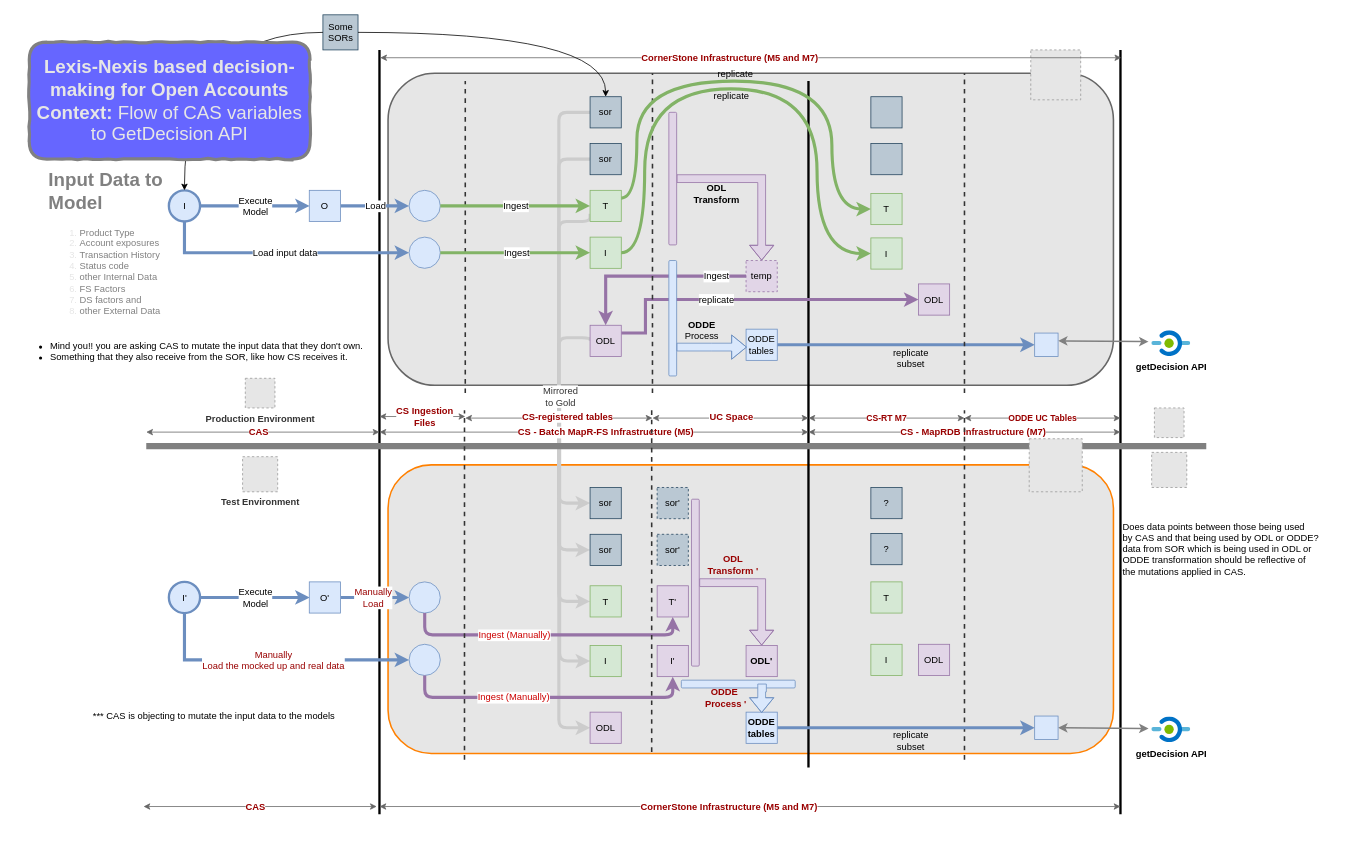
Earlier version of the draw.io diagram DataflowCS.drawio (gaurjain/drawio). Source tidied: cells renumbered, new cells numbered last; positions are measured from the earlier drawing's top-left corner, leaving out a move shared by most shapes. Both pictures are drawn from the tidied source at 78%, with x=0, y=0 at pixel (17, 15). Pictures stored in the file or linked from it are replaced by grey dashed boxes.
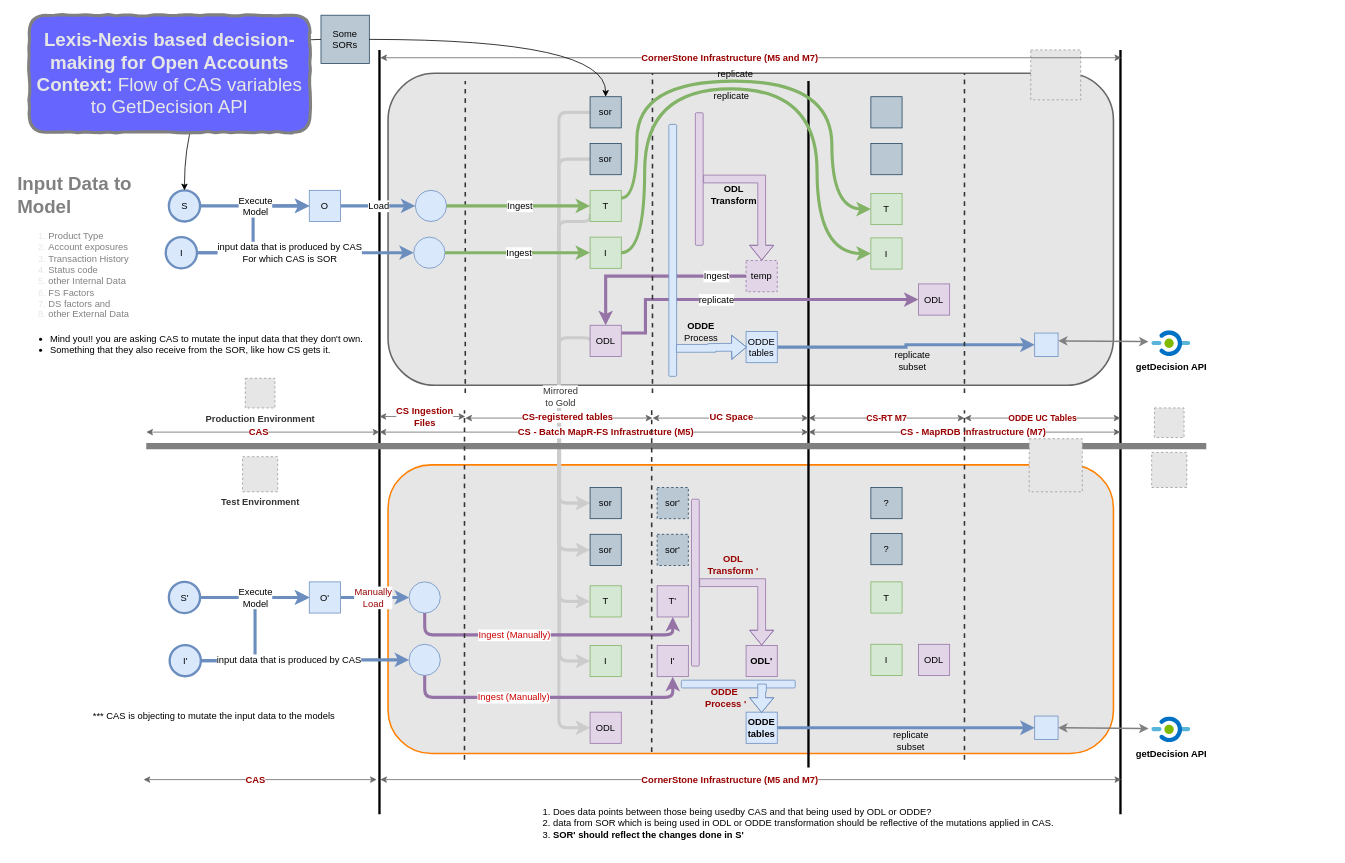
Above is the later version.

The change refers to these unchanged cells:
```xml
<mxCell id="83" value="O" style="whiteSpace=wrap;html=1;strokeColor=#6c8ebf;fillColor=#dae8fc;verticalAlign=middle;" parent="1" vertex="1">
  <mxGeometry x="374" y="224.5" width="40" height="40" as="geometry" />
</mxCell>
<mxCell id="84" value="O'" style="whiteSpace=wrap;html=1;strokeColor=#6c8ebf;fillColor=#dae8fc;verticalAlign=middle;" parent="1" vertex="1">
  <mxGeometry x="374" y="726.5" width="40" height="40" as="geometry" />
</mxCell>
<mxCell id="95" value="I" style="whiteSpace=wrap;html=1;strokeColor=#82b366;fillColor=#d5e8d4;verticalAlign=middle;" parent="1" vertex="1">
  <mxGeometry x="734" y="284.5" width="40" height="40" as="geometry" />
</mxCell>
<mxCell id="104" style="shape=ellipse;fillColor=#dae8fc;strokeColor=#6c8ebf;html=1;verticalAlign=middle;" parent="1" vertex="1">
  <mxGeometry x="502" y="806.5" width="40" height="40" as="geometry" />
</mxCell>
<mxCell id="107" value="I" style="whiteSpace=wrap;html=1;strokeColor=#82b366;fillColor=#d5e8d4;verticalAlign=middle;" parent="1" vertex="1">
  <mxGeometry x="734" y="808" width="40" height="40" as="geometry" />
</mxCell>
```

Diff of the diagram source:
```diff
@@
+    <mxCell id="140" style="rounded=0;jettySize=auto;html=1;entryX=0;entryY=0.5;entryDx=0;entryDy=0;exitX=1;exitY=0.5;exitDx=0;exitDy=0;strokeColor=#6c8ebf;strokeWidth=4;verticalAlign=middle;fillColor=#dae8fc;edgeStyle=orthogonalEdgeStyle;" parent="1" edge="1" source="143" target="84">
+      <mxGeometry relative="1" as="geometry" />
+    </mxCell>
@@
     <mxCell id="3" style="endArrow=classic;html=1;strokeColor=#CCCCCC;strokeWidth=4;fillColor=#B3B3B3;fontColor=#CC0000;exitX=0;exitY=0.75;exitDx=0;exitDy=0;entryX=0;entryY=0.5;entryDx=0;entryDy=0;edgeStyle=orthogonalEdgeStyle;" parent="1" edge="1" source="95" target="107">
       <mxGeometry relative="1" as="geometry">
         <Array as="points">
-          <mxPoint x="695" y="314.5" />
-          <mxPoint x="695" y="828.5" />
+          <mxPoint x="695" y="315" />
+          <mxPoint x="695" y="828" />
         </Array>
       </mxGeometry>
     </mxCell>
@@
-    <mxCell id="26" style="rounded=0;jettySize=auto;html=1;entryX=0;entryY=0.5;entryDx=0;entryDy=0;exitX=1;exitY=0.5;exitDx=0;exitDy=0;strokeColor=#6c8ebf;strokeWidth=4;verticalAlign=middle;fillColor=#dae8fc;" parent="1" edge="1" source="28">
-      <mxGeometry relative="1" as="geometry">
-        <mxPoint x="374.5" y="244.5" as="targetPoint" />
-      </mxGeometry>
-    </mxCell>
-    <mxCell id="27" value="Execute&lt;br&gt;Model" style="text;html=1;align=center;verticalAlign=middle;labelBackgroundColor=#ffffff;" parent="26" vertex="1">
-      <mxGeometry relative="1" as="geometry" />
-    </mxCell>
-    <mxCell id="28" value="I" style="shape=ellipse;fillColor=#dae8fc;strokeColor=#6c8ebf;html=1;verticalAlign=middle;strokeWidth=3;" parent="1" vertex="1">
+    <mxCell id="28" value="S" style="shape=ellipse;fillColor=#dae8fc;strokeColor=#6c8ebf;html=1;verticalAlign=middle;strokeWidth=3;" parent="1" vertex="1">
       <mxGeometry x="194" y="224.5" width="40" height="40" as="geometry" />
     </mxCell>
     <mxCell id="29" style="shape=ellipse;fillColor=#dae8fc;strokeColor=#6c8ebf;html=1;verticalAlign=middle;" parent="1" vertex="1">
-      <mxGeometry x="502" y="224.5" width="40" height="40" as="geometry" />
+      <mxGeometry x="510" y="224.5" width="40" height="40" as="geometry" />
     </mxCell>
@@
-    <mxCell id="65" value="I'" style="shape=ellipse;fillColor=#dae8fc;strokeColor=#6c8ebf;html=1;verticalAlign=middle;strokeWidth=3;" parent="1" vertex="1">
+    <mxCell id="65" value="S'" style="shape=ellipse;fillColor=#dae8fc;strokeColor=#6c8ebf;html=1;verticalAlign=middle;strokeWidth=3;" parent="1" vertex="1">
       <mxGeometry x="194" y="726.5" width="40" height="40" as="geometry" />
     </mxCell>
@@
     <mxCell id="90" style="endArrow=classic;startArrow=classic;html=1;strokeColor=#666666;strokeWidth=1;fontColor=#FF8000;fillColor=#f5f5f5;" parent="1" edge="1">
       <mxGeometry relative="1" as="geometry">
-        <mxPoint x="464" y="1014.5" as="sourcePoint" />
-        <mxPoint x="1414" y="1014.5" as="targetPoint" />
+        <mxPoint x="465" y="980" as="sourcePoint" />
+        <mxPoint x="1415" y="980" as="targetPoint" />
       </mxGeometry>
     </mxCell>
@@
     <mxCell id="96" style="shape=ellipse;fillColor=#dae8fc;strokeColor=#6c8ebf;html=1;verticalAlign=middle;" parent="1" vertex="1">
-      <mxGeometry x="502" y="284.5" width="40" height="40" as="geometry" />
+      <mxGeometry x="508" y="284.5" width="40" height="40" as="geometry" />
     </mxCell>
-    <mxCell id="97" style="rounded=0;jettySize=auto;html=1;entryX=0;entryY=0.5;entryDx=0;entryDy=0;exitX=0.5;exitY=1;exitDx=0;exitDy=0;strokeColor=#6c8ebf;strokeWidth=4;verticalAlign=middle;fillColor=#dae8fc;edgeStyle=orthogonalEdgeStyle;" parent="1" edge="1" source="28" target="96">
-      <mxGeometry relative="1" as="geometry" />
-    </mxCell>
-    <mxCell id="98" value="Load input data" style="text;html=1;align=center;verticalAlign=middle;labelBackgroundColor=#ffffff;fillColor=#0000CC;" parent="97" vertex="1">
-      <mxGeometry x="0.03" y="-1" relative="1" as="geometry">
-        <mxPoint x="-1" y="-1" as="offset" />
-      </mxGeometry>
-    </mxCell>
@@
-    <mxCell id="105" style="rounded=0;jettySize=auto;html=1;entryX=0;entryY=0.5;entryDx=0;entryDy=0;exitX=0.5;exitY=1;exitDx=0;exitDy=0;strokeColor=#6c8ebf;strokeWidth=4;verticalAlign=middle;fillColor=#dae8fc;edgeStyle=orthogonalEdgeStyle;" parent="1" edge="1" source="65" target="104">
-      <mxGeometry relative="1" as="geometry" />
-    </mxCell>
-    <mxCell id="106" value="Manually&lt;br&gt;Load the mocked up and real data" style="text;html=1;align=center;verticalAlign=middle;labelBackgroundColor=#ffffff;fillColor=#0000CC;fontColor=#990000;" parent="105" vertex="1">
-      <mxGeometry x="0.03" y="-1" relative="1" as="geometry">
-        <mxPoint x="-5.5" y="-1" as="offset" />
-      </mxGeometry>
-    </mxCell>
@@
     <mxCell id="111" style="rounded=1;whiteSpace=wrap;html=1;strokeColor=#9673a6;fillColor=#e1d5e7;strokeWidth=1;" parent="1" vertex="1">
-      <mxGeometry x="835" y="124.5" width="10" height="170" as="geometry" />
+      <mxGeometry x="869" y="125" width="10" height="170" as="geometry" />
     </mxCell>
     <mxCell id="112" style="rounded=1;whiteSpace=wrap;html=1;strokeColor=#6c8ebf;fillColor=#dae8fc;strokeWidth=1;rotation=0;" parent="1" vertex="1">
-      <mxGeometry x="835" y="314.5" width="10" height="148" as="geometry" />
+      <mxGeometry x="835" y="140" width="10" height="323" as="geometry" />
     </mxCell>
     <mxCell id="113" value="ODDE&lt;br&gt;tables" style="whiteSpace=wrap;html=1;strokeColor=#6c8ebf;fillColor=#dae8fc;" parent="1" vertex="1">
-      <mxGeometry x="934" y="402.5" width="40" height="40" as="geometry" />
+      <mxGeometry x="934" y="405.5" width="40" height="40" as="geometry" />
     </mxCell>
-    <mxCell id="114" style="edgeStyle=orthogonalEdgeStyle;curved=1;rounded=0;jettySize=auto;html=1;strokeColor=#6c8ebf;strokeWidth=1;shape=flexArrow;exitX=1;exitY=0.75;exitDx=0;exitDy=0;fillColor=#dae8fc;" parent="1" edge="1" source="112">
+    <mxCell id="114" style="edgeStyle=orthogonalEdgeStyle;curved=1;rounded=0;jettySize=auto;html=1;strokeColor=#6c8ebf;strokeWidth=1;shape=flexArrow;exitX=0.925;exitY=0.889;exitDx=0;exitDy=0;fillColor=#dae8fc;exitPerimeter=0;" parent="1" edge="1" source="112">
       <mxGeometry relative="1" as="geometry">
         <mxPoint x="935" y="425.5" as="targetPoint" />
       </mxGeometry>
     </mxCell>
@@
     <mxCell id="130" style="endArrow=classic;startArrow=classic;html=1;strokeColor=#666666;strokeWidth=1;fontColor=#990000;fontStyle=1;fillColor=#f5f5f5;" parent="1" edge="1">
       <mxGeometry relative="1" as="geometry">
-        <mxPoint x="161.5" y="1014.5" as="sourcePoint" />
-        <mxPoint x="460.5" y="1014.5" as="targetPoint" />
+        <mxPoint x="161.5" y="980" as="sourcePoint" />
+        <mxPoint x="460.5" y="980" as="targetPoint" />
       </mxGeometry>
     </mxCell>
@@
     <mxCell id="132" value="&lt;h1&gt;&lt;font color=&quot;#808080&quot;&gt;Input Data to Model&lt;/font&gt;&lt;/h1&gt;&lt;p&gt;&lt;/p&gt;&lt;ol&gt;&lt;li&gt;&lt;font color=&quot;#808080&quot;&gt;Product Type&lt;/font&gt;&lt;/li&gt;&lt;li&gt;&lt;font color=&quot;#808080&quot;&gt;Account exposures&lt;/font&gt;&lt;/li&gt;&lt;li&gt;&lt;font color=&quot;#808080&quot;&gt;Transaction History&lt;/font&gt;&lt;/li&gt;&lt;li&gt;&lt;font color=&quot;#808080&quot;&gt;Status code&lt;/font&gt;&lt;/li&gt;&lt;li&gt;&lt;font color=&quot;#808080&quot;&gt;other Internal Data&amp;nbsp;&lt;/font&gt;&lt;/li&gt;&lt;li&gt;&lt;font color=&quot;#808080&quot;&gt;FS Factors&lt;/font&gt;&lt;/li&gt;&lt;li&gt;&lt;font color=&quot;#808080&quot;&gt;DS factors and&lt;/font&gt;&lt;/li&gt;&lt;li&gt;&lt;font color=&quot;#808080&quot;&gt;other External Data&lt;/font&gt;&lt;/li&gt;&lt;/ol&gt;&lt;p&gt;&lt;/p&gt;" style="text;html=1;strokeColor=none;fillColor=none;spacing=5;spacingTop=-20;whiteSpace=wrap;overflow=hidden;rounded=0;comic=1;fontColor=#E6E6E6;" parent="1" vertex="1">
-      <mxGeometry x="35" y="191.5" width="190" height="193" as="geometry" />
+      <mxGeometry x="-5" y="197" width="190" height="193" as="geometry" />
     </mxCell>
-    <mxCell id="133" value="&lt;ul&gt;&lt;li&gt;Mind you!! you are asking CAS to mutate the input data that they don't own.&lt;/li&gt;&lt;li&gt;Something that they also receive from the SOR, like how CS receives it.&lt;/li&gt;&lt;/ul&gt;" style="text;html=1;align=left;verticalAlign=top;spacingTop=-4;" parent="1" vertex="1">
-      <mxGeometry y="402.5" width="460" height="50" as="geometry" />
+    <mxCell id="133" value="&lt;ul&gt;&lt;li&gt;Mind you!! you are asking CAS to mutate the input data that they don't own.&lt;/li&gt;&lt;li&gt;Something that they also receive from the SOR, like how CS gets it.&lt;/li&gt;&lt;/ul&gt;" style="text;html=1;align=left;verticalAlign=top;spacingTop=-4;" parent="1" vertex="1">
+      <mxGeometry y="392.5" width="460" height="50" as="geometry" />
     </mxCell>
@@
-    <mxCell id="135" value="Does data points between those being used &lt;br&gt;by CAS and that being used by ODL or ODDE?&lt;br&gt;data from SOR which is being used in ODL or &lt;br&gt;ODDE transformation should be reflective of &lt;br&gt;the mutations applied in CAS.&amp;nbsp;&amp;nbsp;" style="text;html=1;align=left;verticalAlign=top;spacingTop=-4;" parent="1" vertex="1">
-      <mxGeometry x="1415" y="645.5" width="270" height="70" as="geometry" />
+    <mxCell id="135" value="&lt;ol&gt;&lt;li&gt;Does data points between those being usedby CAS and that being used by ODL or ODDE?&lt;/li&gt;&lt;li&gt;data from SOR which is being used in ODL or ODDE transformation should be reflective of the mutations applied in CAS.&amp;nbsp;&amp;nbsp;&lt;/li&gt;&lt;li&gt;&lt;b&gt;SOR' should reflect the changes done in S'&lt;/b&gt;&lt;/li&gt;&lt;/ol&gt;" style="text;html=1;align=left;verticalAlign=top;spacingTop=-4;" parent="1" vertex="1">
+      <mxGeometry x="645" y="1000" width="700" height="70" as="geometry" />
     </mxCell>
     <mxCell id="136" value="Some&lt;br&gt;SORs" style="whiteSpace=wrap;html=1;strokeColor=#23445d;fillColor=#bac8d3;" parent="1" vertex="1">
-      <mxGeometry x="391.5" y="-0.5" width="45" height="45" as="geometry" />
+      <mxGeometry x="389" width="62" height="62" as="geometry" />
     </mxCell>
@@
     <mxCell id="139" value="&lt;font style=&quot;font-size: 24px&quot;&gt;&lt;b&gt;Lexis-Nexis based decision-making for Open Accounts Context:&lt;/b&gt; Flow of CAS variables to GetDecision API&lt;/font&gt;" style="rounded=1;whiteSpace=wrap;html=1;strokeColor=#808080;fillColor=#6666FF;comic=1;strokeWidth=4;fontColor=#E6E6E6;" parent="1" vertex="1">
-      <mxGeometry x="15" y="34.5" width="360" height="150" as="geometry" />
+      <mxGeometry x="15" width="360" height="150" as="geometry" />
     </mxCell>
+    <mxCell id="141" value="I" style="shape=ellipse;fillColor=#dae8fc;strokeColor=#6c8ebf;html=1;verticalAlign=middle;strokeWidth=3;" parent="1" vertex="1">
+      <mxGeometry x="190" y="284.5" width="40" height="40" as="geometry" />
+    </mxCell>
+    <mxCell id="142" style="rounded=0;jettySize=auto;html=1;entryX=0;entryY=0.5;entryDx=0;entryDy=0;exitX=1;exitY=0.5;exitDx=0;exitDy=0;strokeColor=#6c8ebf;strokeWidth=4;verticalAlign=middle;fillColor=#dae8fc;edgeStyle=orthogonalEdgeStyle;" parent="1" edge="1" source="141" target="83">
+      <mxGeometry relative="1" as="geometry" />
+    </mxCell>
+    <mxCell id="97" style="rounded=0;jettySize=auto;html=1;entryX=0;entryY=0.5;entryDx=0;entryDy=0;exitX=1;exitY=0.5;exitDx=0;exitDy=0;strokeColor=#6c8ebf;strokeWidth=4;verticalAlign=middle;fillColor=#dae8fc;edgeStyle=orthogonalEdgeStyle;" parent="1" edge="1" source="141" target="96">
+      <mxGeometry relative="1" as="geometry" />
+    </mxCell>
+    <mxCell id="98" value="input data that is produced by CAS&lt;br&gt;For which CAS is SOR" style="text;html=1;align=center;verticalAlign=middle;labelBackgroundColor=#ffffff;fillColor=#0000CC;" parent="97" vertex="1">
+      <mxGeometry x="0.03" y="-1" relative="1" as="geometry">
+        <mxPoint x="-25" y="-1.5" as="offset" />
+      </mxGeometry>
+    </mxCell>
+    <mxCell id="143" value="I'" style="shape=ellipse;fillColor=#dae8fc;strokeColor=#6c8ebf;html=1;verticalAlign=middle;strokeWidth=3;" parent="1" vertex="1">
+      <mxGeometry x="195" y="807.5" width="40" height="40" as="geometry" />
+    </mxCell>
+    <mxCell id="144" style="rounded=0;jettySize=auto;html=1;entryX=0;entryY=0.5;entryDx=0;entryDy=0;exitX=1;exitY=0.5;exitDx=0;exitDy=0;strokeColor=#6c8ebf;strokeWidth=4;verticalAlign=middle;fillColor=#dae8fc;edgeStyle=orthogonalEdgeStyle;" parent="1" edge="1" source="143" target="104">
+      <mxGeometry relative="1" as="geometry" />
+    </mxCell>
+    <mxCell id="145" value="input data that is produced by CAS" style="text;html=1;align=center;verticalAlign=middle;labelBackgroundColor=#ffffff;fillColor=#0000CC;" parent="144" vertex="1">
+      <mxGeometry x="0.03" y="-1" relative="1" as="geometry">
+        <mxPoint x="-25" y="-1.5" as="offset" />
+      </mxGeometry>
+    </mxCell>
+    <mxCell id="26" style="rounded=0;jettySize=auto;html=1;entryX=0;entryY=0.5;entryDx=0;entryDy=0;exitX=1;exitY=0.5;exitDx=0;exitDy=0;strokeColor=#6c8ebf;strokeWidth=4;verticalAlign=middle;fillColor=#dae8fc;" parent="1" edge="1" source="28">
+      <mxGeometry relative="1" as="geometry">
+        <mxPoint x="374.5" y="244.5" as="targetPoint" />
+      </mxGeometry>
+    </mxCell>
+    <mxCell id="27" value="Execute&lt;br&gt;Model" style="text;html=1;align=center;verticalAlign=middle;labelBackgroundColor=#ffffff;" parent="26" vertex="1">
+      <mxGeometry relative="1" as="geometry" />
+    </mxCell>
```
